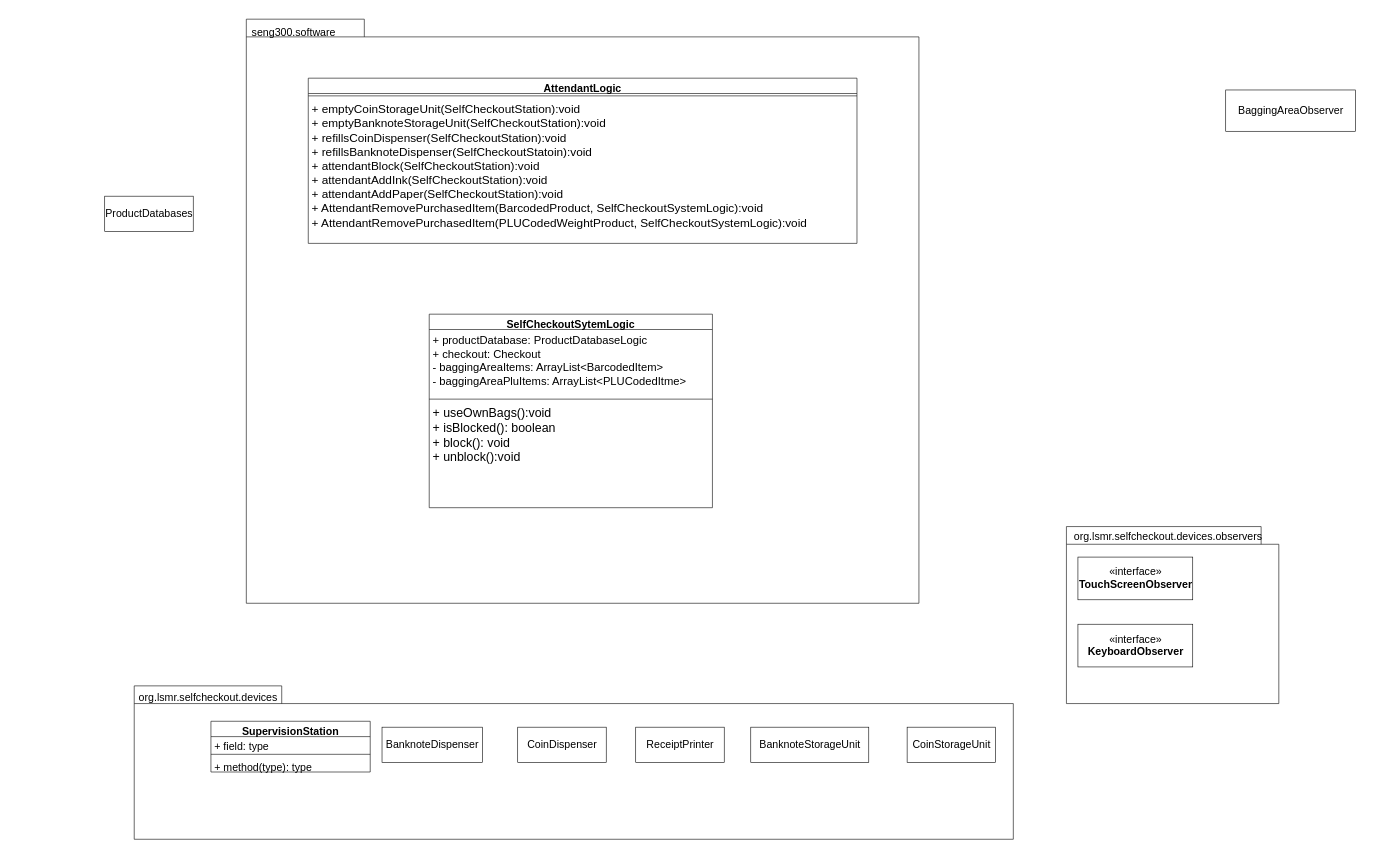
Above: Diagrams/ClassDiagrams/Attendant.drawio in adam-25/Self-Checkout-System (draw.io), before the change. Source tidied: cells renumbered, new cells numbered last; positions are measured from the earlier drawing's top-left corner, leaving out a move shared by most shapes. Both pictures are drawn from the tidied source at 59%, with x=0, y=0 at pixel (104, 19).
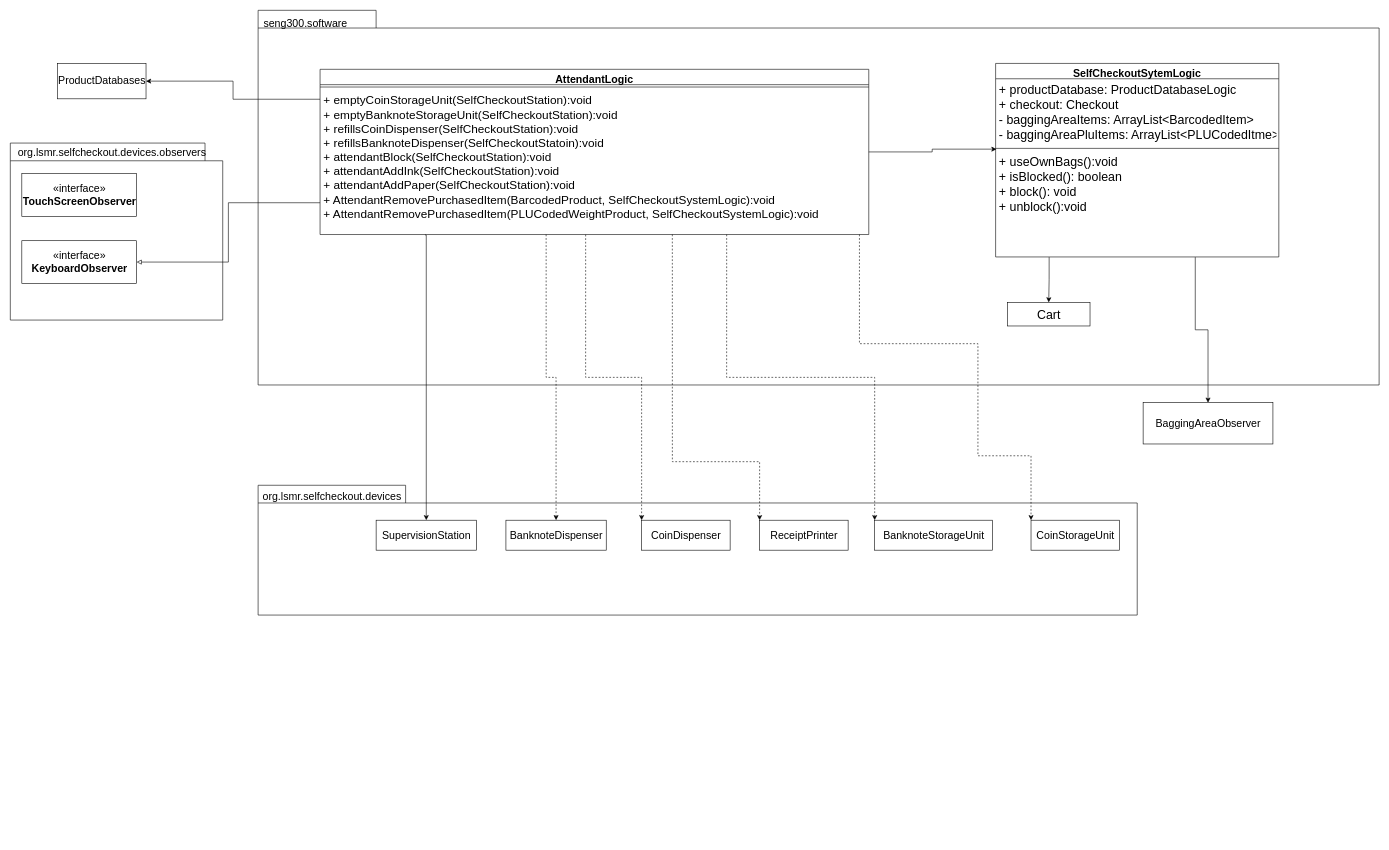
Above is the later version.

Unchanged cells that the change refers to:
```xml
<mxCell id="17" value="«interface»&lt;br&gt;&lt;b&gt;KeyboardObserver&lt;/b&gt;" style="html=1;fontSize=18;" parent="13" vertex="1">
  <mxGeometry x="19.5" y="165.5" width="194.6" height="72.4" as="geometry" />
</mxCell>
```

What changed in the source:
```diff
@@
-    <mxCell id="2" style="group;" parent="1" vertex="1">
-      <mxGeometry x="240" width="1140" height="990" as="geometry" />
-    </mxCell>
-    <mxCell id="3" style="shape=folder;fontStyle=1;spacingTop=10;tabWidth=200;tabHeight=30;tabPosition=left;html=1;" parent="2" vertex="1">
-      <mxGeometry width="1140" height="990" as="geometry" />
-    </mxCell>
-    <mxCell id="4" value="&lt;font style=&quot;font-size: 18px&quot;&gt;seng300.software&lt;/font&gt;" style="text;html=1;align=center;verticalAlign=middle;strokeColor=none;fillColor=none;" parent="2" vertex="1">
-      <mxGeometry y="12.7" width="160" height="20" as="geometry" />
-    </mxCell>
-    <mxCell id="5" value="SelfCheckoutSytemLogic" style="swimlane;fontStyle=1;align=center;verticalAlign=top;horizontal=1;startSize=26;fontSize=18;" parent="2" vertex="1">
-      <mxGeometry x="310" y="500" width="480" height="328" as="geometry" />
-    </mxCell>
-    <mxCell id="6" value="+ productDatabase: ProductDatabaseLogic&#10;+ checkout: Checkout&#10;- baggingAreaItems: ArrayList&lt;BarcodedItem&gt;&#10;- baggingAreaPluItems: ArrayList&lt;PLUCodedItme&gt;" style="text;strokeColor=none;fillColor=none;align=left;verticalAlign=top;spacingLeft=4;spacingRight=4;overflow=hidden;fontSize=19;" parent="5" vertex="1">
-      <mxGeometry y="26" width="480" height="114" as="geometry" />
-    </mxCell>
-    <mxCell id="7" style="line;strokeWidth=1;fillColor=none;align=left;verticalAlign=middle;spacingTop=-1;spacingLeft=3;spacingRight=3;labelPosition=right;fontSize=18;" parent="5" vertex="1">
-      <mxGeometry y="140" width="480" height="8" as="geometry" />
-    </mxCell>
-    <mxCell id="8" value="+ useOwnBags():void&#10;+ isBlocked(): boolean&#10;+ block(): void&#10;+ unblock():void&#10;" style="text;strokeColor=none;fillColor=none;align=left;verticalAlign=top;spacingLeft=4;spacingRight=4;overflow=hidden;points=[[0,0.5],[1,0.5]];portConstraint=eastwest;fontSize=21;" parent="5" vertex="1">
-      <mxGeometry y="148" width="480" height="180" as="geometry" />
-    </mxCell>
-    <mxCell id="9" value="AttendantLogic" style="swimlane;fontStyle=1;align=center;verticalAlign=top;horizontal=1;startSize=26;fontSize=18;" parent="2" vertex="1">
-      <mxGeometry x="105" y="100" width="930" height="280" as="geometry" />
-    </mxCell>
-    <mxCell id="10" style="line;strokeWidth=1;fillColor=none;align=left;verticalAlign=middle;spacingTop=-1;spacingLeft=3;spacingRight=3;labelPosition=right;fontSize=18;" parent="9" vertex="1">
-      <mxGeometry y="26" width="930" height="8" as="geometry" />
-    </mxCell>
-    <mxCell id="11" value="+ emptyCoinStorageUnit(SelfCheckoutStation):void&#10;+ emptyBanknoteStorageUnit(SelfCheckoutStation):void&#10;+ refillsCoinDispenser(SelfCheckoutStation):void&#10;+ refillsBanknoteDispenser(SelfCheckoutStatoin):void&#10;+ attendantBlock(SelfCheckoutStation):void&#10;+ attendantAddInk(SelfCheckoutStation):void&#10;+ attendantAddPaper(SelfCheckoutStation):void&#10;+ AttendantRemovePurchasedItem(BarcodedProduct, SelfCheckoutSystemLogic):void&#10;+ AttendantRemovePurchasedItem(PLUCodedWeightProduct, SelfCheckoutSystemLogic):void&#10;" style="text;strokeColor=none;fillColor=none;align=left;verticalAlign=top;spacingLeft=4;spacingRight=4;overflow=hidden;points=[[0,0.5],[1,0.5]];portConstraint=eastwest;fontSize=20;" parent="9" vertex="1">
-      <mxGeometry y="34" width="930" height="246" as="geometry" />
-    </mxCell>
     <mxCell id="12" style="group;" parent="1" vertex="1">
-      <mxGeometry x="1630" y="860" width="360" height="300" as="geometry" />
+      <mxGeometry x="-160" y="210" width="360" height="300" as="geometry" />
     </mxCell>
@@
     <mxCell id="18" value="ProductDatabases" style="html=1;fontSize=18;" parent="1" vertex="1">
-      <mxGeometry y="300" width="150" height="60" as="geometry" />
+      <mxGeometry x="-80" y="75" width="150" height="60" as="geometry" />
     </mxCell>
+    <mxCell id="30" value="BaggingAreaObserver" style="html=1;fontSize=18;" parent="1" vertex="1">
+      <mxGeometry x="1760" y="650" width="220" height="70" as="geometry" />
+    </mxCell>
+    <mxCell id="3" style="shape=folder;fontStyle=1;spacingTop=10;tabWidth=200;tabHeight=30;tabPosition=left;html=1;" parent="1" vertex="1">
+      <mxGeometry x="260" y="-15" width="1900" height="635" as="geometry" />
+    </mxCell>
+    <mxCell id="4" value="&lt;font style=&quot;font-size: 18px&quot;&gt;seng300.software&lt;/font&gt;" style="text;html=1;align=center;verticalAlign=middle;strokeColor=none;fillColor=none;" parent="1" vertex="1">
+      <mxGeometry x="260" y="-2.3" width="160" height="20" as="geometry" />
+    </mxCell>
+    <mxCell id="31" style="edgeStyle=orthogonalEdgeStyle;rounded=0;jettySize=auto;html=1;entryX=0.003;entryY=-0.015;entryDx=0;entryDy=0;entryPerimeter=0;fontSize=21;endArrow=classic;endFill=1;" parent="1" edge="1" source="9" target="8">
+      <mxGeometry relative="1" as="geometry" />
+    </mxCell>
+    <mxCell id="9" value="AttendantLogic" style="swimlane;fontStyle=1;align=center;verticalAlign=top;horizontal=1;startSize=26;fontSize=18;" parent="1" vertex="1">
+      <mxGeometry x="365" y="85" width="930" height="280" as="geometry" />
+    </mxCell>
+    <mxCell id="10" style="line;strokeWidth=1;fillColor=none;align=left;verticalAlign=middle;spacingTop=-1;spacingLeft=3;spacingRight=3;labelPosition=right;fontSize=18;" parent="9" vertex="1">
+      <mxGeometry y="26" width="930" height="8" as="geometry" />
+    </mxCell>
+    <mxCell id="11" value="+ emptyCoinStorageUnit(SelfCheckoutStation):void&#10;+ emptyBanknoteStorageUnit(SelfCheckoutStation):void&#10;+ refillsCoinDispenser(SelfCheckoutStation):void&#10;+ refillsBanknoteDispenser(SelfCheckoutStatoin):void&#10;+ attendantBlock(SelfCheckoutStation):void&#10;+ attendantAddInk(SelfCheckoutStation):void&#10;+ attendantAddPaper(SelfCheckoutStation):void&#10;+ AttendantRemovePurchasedItem(BarcodedProduct, SelfCheckoutSystemLogic):void&#10;+ AttendantRemovePurchasedItem(PLUCodedWeightProduct, SelfCheckoutSystemLogic):void&#10;" style="text;strokeColor=none;fillColor=none;align=left;verticalAlign=top;spacingLeft=4;spacingRight=4;overflow=hidden;points=[[0,0.5],[1,0.5]];portConstraint=eastwest;fontSize=20;" parent="9" vertex="1">
+      <mxGeometry y="34" width="930" height="246" as="geometry" />
+    </mxCell>
+    <mxCell id="32" value="&lt;font style=&quot;font-size: 21px&quot;&gt;Cart&lt;/font&gt;" style="html=1;fontSize=18;" parent="1" vertex="1">
+      <mxGeometry x="1530" y="480" width="140" height="40" as="geometry" />
+    </mxCell>
+    <mxCell id="5" value="SelfCheckoutSytemLogic" style="swimlane;fontStyle=1;align=center;verticalAlign=top;horizontal=1;startSize=26;fontSize=18;" parent="1" vertex="1">
+      <mxGeometry x="1510" y="75" width="480" height="328" as="geometry" />
+    </mxCell>
+    <mxCell id="6" value="+ productDatabase: ProductDatabaseLogic&#10;+ checkout: Checkout&#10;- baggingAreaItems: ArrayList&lt;BarcodedItem&gt;&#10;- baggingAreaPluItems: ArrayList&lt;PLUCodedItme&gt;" style="text;strokeColor=none;fillColor=none;align=left;verticalAlign=top;spacingLeft=4;spacingRight=4;overflow=hidden;fontSize=21;" parent="5" vertex="1">
+      <mxGeometry y="26" width="480" height="114" as="geometry" />
+    </mxCell>
+    <mxCell id="7" style="line;strokeWidth=1;fillColor=none;align=left;verticalAlign=middle;spacingTop=-1;spacingLeft=3;spacingRight=3;labelPosition=right;fontSize=18;" parent="5" vertex="1">
+      <mxGeometry y="140" width="480" height="8" as="geometry" />
+    </mxCell>
+    <mxCell id="8" value="+ useOwnBags():void&#10;+ isBlocked(): boolean&#10;+ block(): void&#10;+ unblock():void&#10;" style="text;strokeColor=none;fillColor=none;align=left;verticalAlign=top;spacingLeft=4;spacingRight=4;overflow=hidden;points=[[0,0.5],[1,0.5]];portConstraint=eastwest;fontSize=21;" parent="5" vertex="1">
+      <mxGeometry y="148" width="480" height="180" as="geometry" />
+    </mxCell>
+    <mxCell id="33" style="group;" parent="1" vertex="1">
+      <mxGeometry x="260" y="790" width="1490" height="220" as="geometry" />
+    </mxCell>
-    <mxCell id="19" style="shape=folder;fontStyle=1;spacingTop=10;tabWidth=250;tabHeight=30;tabPosition=left;html=1;" parent="1" vertex="1">
-      <mxGeometry x="50" y="1130" width="1490" height="260" as="geometry" />
+    <mxCell id="19" style="shape=folder;fontStyle=1;spacingTop=10;tabWidth=250;tabHeight=30;tabPosition=left;html=1;" parent="33" vertex="1">
+      <mxGeometry width="1490" height="220" as="geometry" />
     </mxCell>
-    <mxCell id="20" value="&lt;span style=&quot;font-size: 18px&quot;&gt;org.lsmr.selfcheckout.devices&lt;/span&gt;" style="text;html=1;align=center;verticalAlign=middle;strokeColor=none;fillColor=none;" parent="1" vertex="1">
-      <mxGeometry x="50" y="1140" width="250" height="20" as="geometry" />
+    <mxCell id="20" value="&lt;span style=&quot;font-size: 18px&quot;&gt;org.lsmr.selfcheckout.devices&lt;/span&gt;" style="text;html=1;align=center;verticalAlign=middle;strokeColor=none;fillColor=none;" parent="33" vertex="1">
+      <mxGeometry y="8.5" width="250" height="20" as="geometry" />
     </mxCell>
-    <mxCell id="21" value="ReceiptPrinter" style="html=1;fontSize=18;" parent="1" vertex="1">
-      <mxGeometry x="900" y="1200" width="150" height="60" as="geometry" />
+    <mxCell id="21" value="ReceiptPrinter" style="html=1;fontSize=18;" parent="33" vertex="1">
+      <mxGeometry x="850" y="59.2" width="150" height="50.8" as="geometry" />
     </mxCell>
-    <mxCell id="22" value="BanknoteStorageUnit" style="html=1;fontSize=18;" parent="1" vertex="1">
-      <mxGeometry x="1095" y="1200" width="200" height="60" as="geometry" />
+    <mxCell id="22" value="BanknoteStorageUnit" style="html=1;fontSize=18;" parent="33" vertex="1">
+      <mxGeometry x="1045" y="59.2" width="200" height="50.8" as="geometry" />
     </mxCell>
-    <mxCell id="23" value="BanknoteDispenser" style="html=1;fontSize=18;" parent="1" vertex="1">
-      <mxGeometry x="470" y="1200" width="170" height="60" as="geometry" />
+    <mxCell id="23" value="BanknoteDispenser" style="html=1;fontSize=18;" parent="33" vertex="1">
+      <mxGeometry x="420" y="59.2" width="170" height="50.8" as="geometry" />
     </mxCell>
-    <mxCell id="24" value="SupervisionStation" style="swimlane;fontStyle=1;align=center;verticalAlign=top;horizontal=1;startSize=26;fontSize=18;" parent="1" vertex="1">
-      <mxGeometry x="180" y="1190" width="270" height="86" as="geometry" />
-    </mxCell>
-    <mxCell id="25" value="+ field: type" style="text;strokeColor=none;fillColor=none;align=left;verticalAlign=top;spacingLeft=4;spacingRight=4;overflow=hidden;fontSize=18;" parent="24" vertex="1">
-      <mxGeometry y="26" width="270" height="26" as="geometry" />
-    </mxCell>
-    <mxCell id="26" style="line;strokeWidth=1;fillColor=none;align=left;verticalAlign=middle;spacingTop=-1;spacingLeft=3;spacingRight=3;labelPosition=right;fontSize=18;" parent="24" vertex="1">
-      <mxGeometry y="52" width="270" height="8" as="geometry" />
-    </mxCell>
-    <mxCell id="27" value="+ method(type): type" style="text;strokeColor=none;fillColor=none;align=left;verticalAlign=top;spacingLeft=4;spacingRight=4;overflow=hidden;fontSize=18;" parent="24" vertex="1">
-      <mxGeometry y="60" width="270" height="26" as="geometry" />
-    </mxCell>
-    <mxCell id="28" value="CoinStorageUnit" style="html=1;fontSize=18;" parent="1" vertex="1">
-      <mxGeometry x="1360" y="1200" width="150" height="60" as="geometry" />
+    <mxCell id="28" value="CoinStorageUnit" style="html=1;fontSize=18;" parent="33" vertex="1">
+      <mxGeometry x="1310" y="59.2" width="150" height="50.8" as="geometry" />
     </mxCell>
-    <mxCell id="29" value="CoinDispenser" style="html=1;fontSize=18;" parent="1" vertex="1">
-      <mxGeometry x="700" y="1200" width="150" height="60" as="geometry" />
+    <mxCell id="29" value="CoinDispenser" style="html=1;fontSize=18;" parent="33" vertex="1">
+      <mxGeometry x="650" y="59.2" width="150" height="50.8" as="geometry" />
     </mxCell>
-    <mxCell id="30" value="BaggingAreaObserver" style="html=1;fontSize=18;" parent="1" vertex="1">
-      <mxGeometry x="1900" y="120" width="220" height="70" as="geometry" />
-    </mxCell>
+    <mxCell id="24" value="SupervisionStation" style="html=1;fontSize=18;" parent="33" vertex="1">
+      <mxGeometry x="200" y="59.2" width="170" height="50.8" as="geometry" />
+    </mxCell>
+    <mxCell id="34" style="edgeStyle=orthogonalEdgeStyle;rounded=0;jettySize=auto;html=1;exitX=0.412;exitY=1;exitDx=0;exitDy=0;entryX=0.5;entryY=0;entryDx=0;entryDy=0;fontSize=21;exitPerimeter=0;dashed=1;" parent="1" edge="1" source="11" target="23">
+      <mxGeometry relative="1" as="geometry" />
+    </mxCell>
+    <mxCell id="35" style="edgeStyle=orthogonalEdgeStyle;rounded=0;jettySize=auto;html=1;exitX=0.484;exitY=1.001;exitDx=0;exitDy=0;entryX=0;entryY=0;entryDx=0;entryDy=0;fontSize=21;exitPerimeter=0;dashed=1;" parent="1" edge="1" source="11" target="29">
+      <mxGeometry relative="1" as="geometry" />
+    </mxCell>
+    <mxCell id="36" style="edgeStyle=orthogonalEdgeStyle;rounded=0;jettySize=auto;html=1;exitX=0.192;exitY=1;exitDx=0;exitDy=0;fontSize=21;entryX=0.5;entryY=0;entryDx=0;entryDy=0;exitPerimeter=0;" parent="1" edge="1" source="11" target="24">
+      <mxGeometry relative="1" as="geometry">
+        <Array as="points">
+          <mxPoint x="544" y="366" />
+          <mxPoint x="545" y="366" />
+        </Array>
+      </mxGeometry>
+    </mxCell>
+    <mxCell id="37" style="edgeStyle=orthogonalEdgeStyle;rounded=0;jettySize=auto;html=1;exitX=0.642;exitY=1;exitDx=0;exitDy=0;entryX=0;entryY=0;entryDx=0;entryDy=0;fontSize=21;exitPerimeter=0;dashed=1;" parent="1" edge="1" source="11" target="21">
+      <mxGeometry relative="1" as="geometry">
+        <Array as="points">
+          <mxPoint x="962" y="750" />
+          <mxPoint x="1110" y="750" />
+        </Array>
+      </mxGeometry>
+    </mxCell>
+    <mxCell id="38" style="edgeStyle=orthogonalEdgeStyle;rounded=0;jettySize=auto;html=1;exitX=0.741;exitY=1;exitDx=0;exitDy=0;entryX=0;entryY=0;entryDx=0;entryDy=0;fontSize=21;exitPerimeter=0;dashed=1;" parent="1" edge="1" source="11" target="22">
+      <mxGeometry relative="1" as="geometry" />
+    </mxCell>
+    <mxCell id="39" style="edgeStyle=orthogonalEdgeStyle;rounded=0;jettySize=auto;html=1;exitX=0.983;exitY=1;exitDx=0;exitDy=0;entryX=0;entryY=0;entryDx=0;entryDy=0;fontSize=21;exitPerimeter=0;dashed=1;" parent="1" edge="1" source="11" target="28">
+      <mxGeometry relative="1" as="geometry">
+        <Array as="points">
+          <mxPoint x="1279" y="550" />
+          <mxPoint x="1480" y="550" />
+          <mxPoint x="1480" y="740" />
+          <mxPoint x="1570" y="740" />
+        </Array>
+      </mxGeometry>
+    </mxCell>
+    <mxCell id="40" style="edgeStyle=orthogonalEdgeStyle;rounded=0;jettySize=auto;html=1;exitX=0.189;exitY=1.002;exitDx=0;exitDy=0;entryX=0.5;entryY=0;entryDx=0;entryDy=0;fontSize=21;exitPerimeter=0;" parent="1" edge="1" source="8" target="32">
+      <mxGeometry relative="1" as="geometry" />
+    </mxCell>
+    <mxCell id="41" style="edgeStyle=orthogonalEdgeStyle;rounded=0;jettySize=auto;html=1;exitX=0.705;exitY=1.002;exitDx=0;exitDy=0;entryX=0.5;entryY=0;entryDx=0;entryDy=0;fontSize=21;exitPerimeter=0;" parent="1" edge="1" source="8" target="30">
+      <mxGeometry relative="1" as="geometry" />
+    </mxCell>
+    <mxCell id="42" style="edgeStyle=orthogonalEdgeStyle;rounded=0;jettySize=auto;html=1;exitX=0;exitY=0.068;exitDx=0;exitDy=0;entryX=1;entryY=0.5;entryDx=0;entryDy=0;fontSize=21;exitPerimeter=0;" parent="1" edge="1" source="11" target="18">
+      <mxGeometry relative="1" as="geometry" />
+    </mxCell>
+    <mxCell id="43" style="edgeStyle=orthogonalEdgeStyle;rounded=0;jettySize=auto;html=1;exitX=0;exitY=0.781;exitDx=0;exitDy=0;entryX=1;entryY=0.5;entryDx=0;entryDy=0;fontSize=21;exitPerimeter=0;endArrow=block;endFill=0;" parent="1" edge="1" source="11" target="17">
+      <mxGeometry relative="1" as="geometry" />
+    </mxCell>
```
